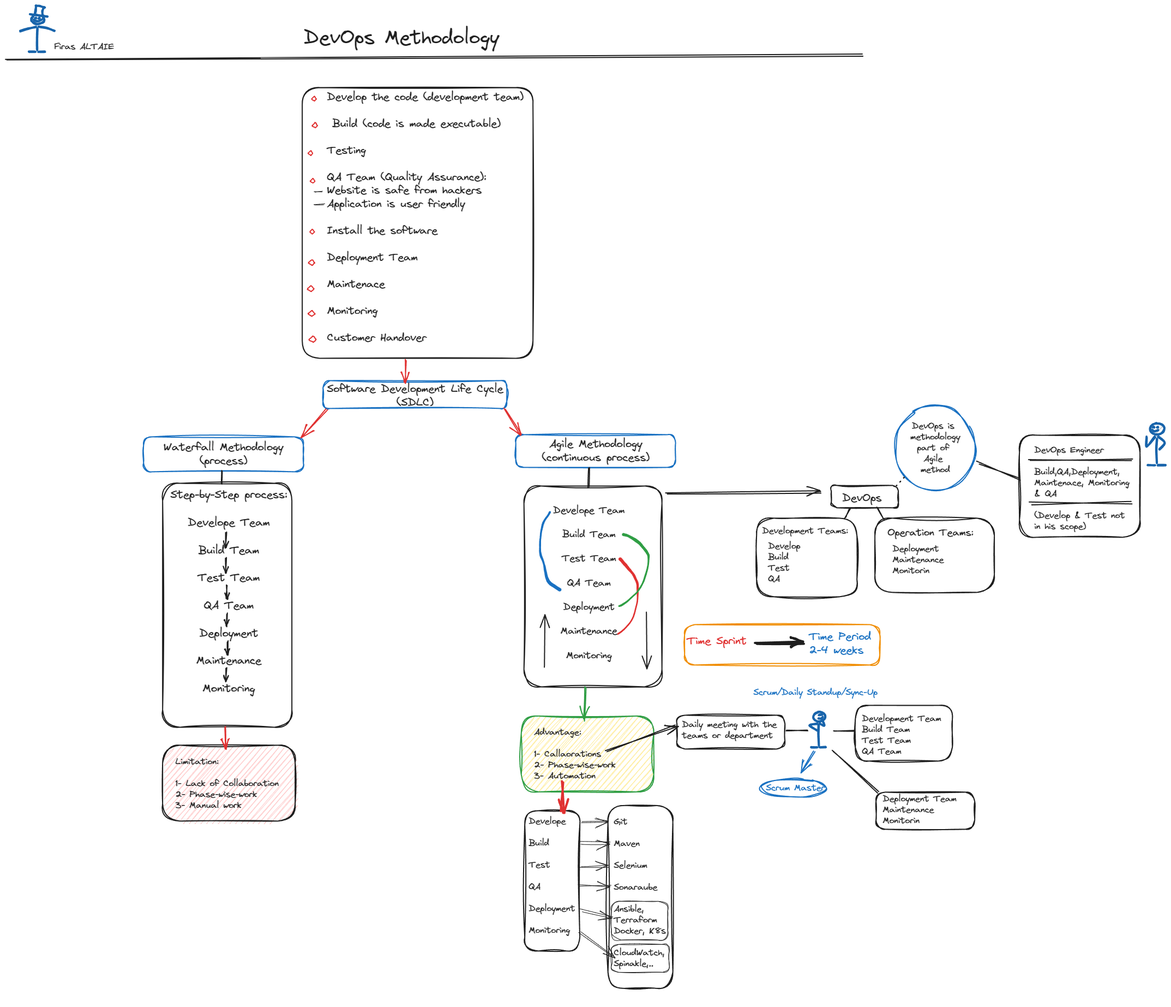
Earlier version of the Excalidraw export DevOps-Agile.png (firask/DevOps). Source tidied: one line per element, renumbered; positions are measured from the earlier drawing's top-left corner, leaving out a move shared by most shapes.
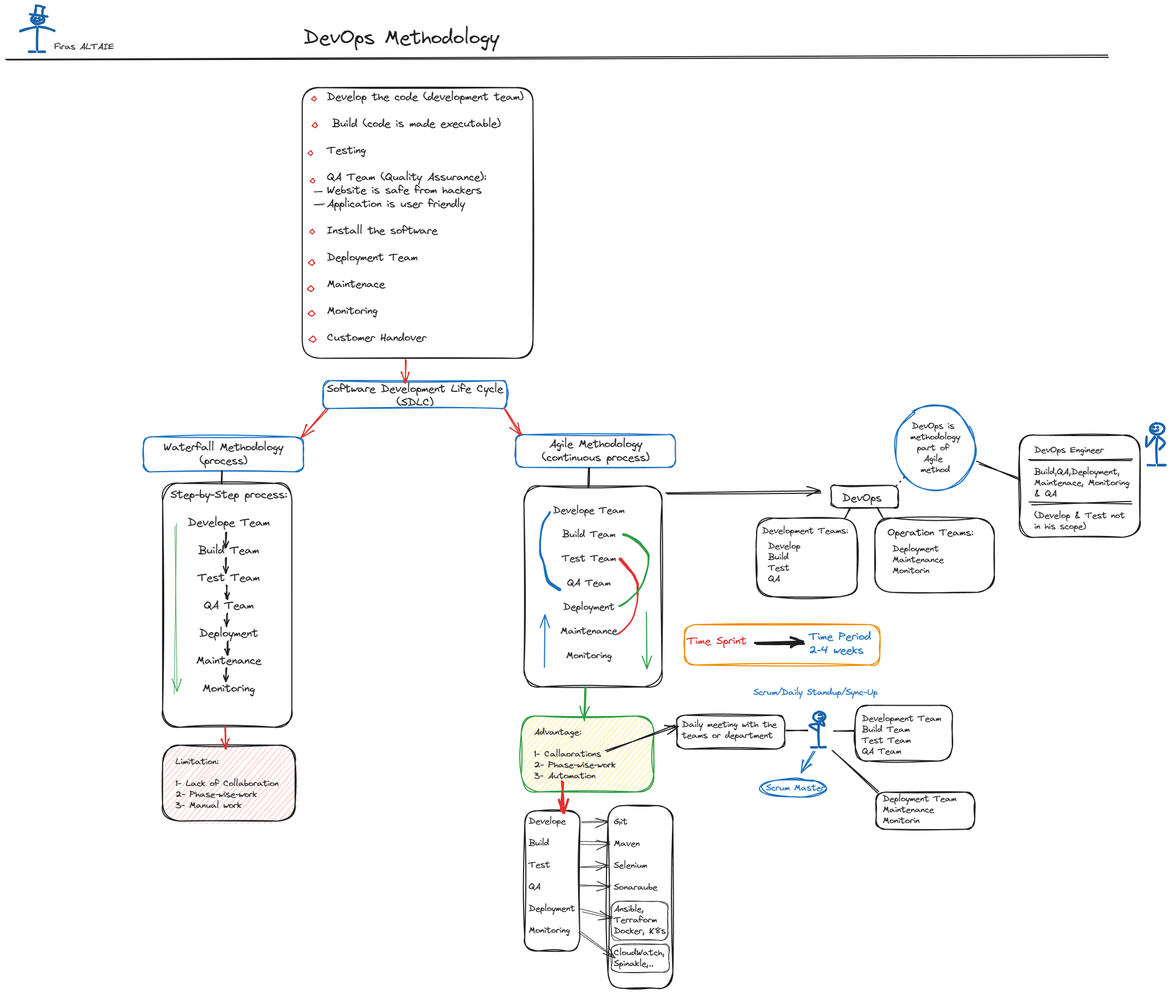
Later version of the same file.

The edit, as a diff of the source:
```diff
@@ -27,7 +27,7 @@
 {"id": 26, "type": "arrow", "strokeColor": "#1e1e1e", "strokeWidth": 2, "roughness": 2, "endArrowhead": "arrow", "round": true, "x": 407, "y": 1164, "width": 1, "height": 24, "points": [[0, 0], [-1, 24]]}
 {"id": 27, "type": "rectangle", "strokeColor": "#1e1e1e", "strokeWidth": 2, "roughness": 2, "round": true, "x": 950, "y": 880, "width": 253, "height": 368}
 {"id": 28, "type": "text", "text": "DevOps Methodology", "strokeColor": "#1e1e1e", "strokeWidth": 2, "roughness": 2, "fontSize": 36, "fontFamily": 1, "textAlign": "center", "x": 546, "y": 37, "width": 358, "height": 45}
-{"id": 29, "type": "line", "strokeColor": "#1e1e1e", "strokeWidth": 2, "roughness": 2, "round": true, "x": 0, "y": 97, "width": 1569, "height": 6, "points": [[0, 0], [1569, -6]]}
+{"id": 29, "type": "line", "strokeColor": "#1e1e1e", "strokeWidth": 2, "roughness": 2, "round": true, "x": 0, "y": 97, "width": 2019, "height": 4, "points": [[0, 0], [2019, -4]]}
 {"id": 30, "type": "line", "strokeColor": "#1864ab", "backgroundColor": "#ced4da", "fillStyle": "hachure", "strokeWidth": 4, "roughness": 1, "round": true, "x": 68, "y": 19, "width": 23, "height": 17, "points": [[0, 0], [2, 3], [2, 8], [-2, 12], [-6, 15], [-12, 14], [-17, 12], [-21, 9], [-21, 4], [-19, 0], [-16, -2], [0, 0]]}
 {"id": 31, "type": "line", "strokeColor": "#1864ab", "backgroundColor": "#ced4da", "fillStyle": "hachure", "strokeWidth": 4, "roughness": 1, "round": true, "x": 51, "y": 26, "width": 14, "height": 3, "points": [[0, 0], [7, 3], [14, 0]]}
 {"id": 32, "type": "line", "strokeColor": "#1864ab", "backgroundColor": "#ced4da", "fillStyle": "hachure", "strokeWidth": 4, "roughness": 1, "round": true, "x": 53, "y": 23, "width": 2, "height": 1, "points": [[0, 0], [1, -1], [2, 0]]}
@@ -81,8 +81,8 @@
 {"id": 80, "type": "freedraw", "strokeColor": "#1971c2", "strokeWidth": 1, "roughness": 0, "x": 997, "y": 928, "width": 36, "height": 142, "points": [[0, 0], [-1, 3], [-5, 9], [-10, 15], [-12, 20], [-14, 27], [-17, 41], [-17, 48], [-18, 54], [-18, 61], [-18, 69], [-18, 75], [-17, 79], [-15, 85], [-11, 94], [-10, 99], [-9, 102], [-9, 107], [-7, 112], [-7, 115], [-6, 119], [-5, 121], [-5, 123], [-4, 125], [-2, 128], [0, 130], [3, 133], [6, 134], [10, 137], [12, 138], [14, 140], [16, 141], [18, 142]]}
 {"id": 81, "type": "freedraw", "strokeColor": "#e03131", "strokeWidth": 1, "roughness": 0, "x": 1122, "y": 1151, "width": 36, "height": 137, "points": [[0, 0], [3, -2], [12, -9], [19, -17], [26, -26], [32, -41], [34, -53], [36, -61], [36, -69], [36, -75], [36, -81], [36, -86], [36, -93], [34, -97], [31, -103], [29, -108], [25, -113], [23, -116], [20, -118], [18, -121], [16, -123], [14, -126], [12, -128], [9, -132], [8, -133], [7, -135], [6, -136], [4, -137]]}
 {"id": 82, "type": "freedraw", "strokeColor": "#2f9e44", "strokeWidth": 1, "roughness": 0, "x": 1124, "y": 1100, "width": 54, "height": 131, "points": [[0, 0], [2, 0], [7, -3], [15, -8], [22, -15], [32, -24], [36, -29], [40, -35], [44, -43], [46, -48], [54, -77], [54, -83], [54, -88], [54, -92], [53, -96], [50, -100], [48, -103], [44, -108], [41, -111], [39, -114], [37, -116], [34, -118], [31, -120], [28, -122], [21, -126], [17, -128], [13, -130], [11, -130], [8, -131]]}
-{"id": 83, "type": "arrow", "strokeColor": "#1e1e1e", "strokeWidth": 2, "roughness": 0, "endArrowhead": "arrow", "round": true, "from": 76, "x": 987, "y": 1212, "width": 1, "height": 96, "points": [[0, 0], [1, -96]]}
+{"id": 83, "type": "arrow", "strokeColor": "#1971c2", "strokeWidth": 2, "roughness": 0, "endArrowhead": "arrow", "round": true, "from": 76, "x": 987, "y": 1212, "width": 1, "height": 96, "points": [[0, 0], [1, -96]]}
-{"id": 84, "type": "arrow", "strokeColor": "#1e1e1e", "strokeWidth": 2, "roughness": 0, "endArrowhead": "arrow", "round": true, "from": 27, "x": 1174, "y": 1111, "width": 1, "height": 104, "points": [[0, 0], [1, 104]]}
+{"id": 84, "type": "arrow", "strokeColor": "#2f9e44", "strokeWidth": 2, "roughness": 0, "endArrowhead": "arrow", "round": true, "from": 27, "x": 1174, "y": 1111, "width": 1, "height": 104, "points": [[0, 0], [1, 104]]}
 {"id": 85, "type": "rectangle", "strokeColor": "#1e1e1e", "strokeWidth": 2, "roughness": 2, "round": true, "x": 1104, "y": 1465, "width": 119, "height": 335}
 {"id": 86, "type": "rectangle", "strokeColor": "#1e1e1e", "strokeWidth": 1, "roughness": 2, "round": true, "x": 1110, "y": 1641, "width": 103, "height": 71}
 {"id": 87, "type": "rectangle", "strokeColor": "#1e1e1e", "strokeWidth": 1, "roughness": 2, "round": true, "x": 1110, "y": 1720, "width": 106, "height": 51}
@@ -127,3 +127,4 @@
 {"id": 126, "type": "line", "strokeColor": "#1e1e1e", "strokeWidth": 2, "roughness": 2, "round": true, "x": 1877, "y": 911, "width": 186, "height": 1, "points": [[0, 0], [186, 1]]}
 {"id": 127, "type": "line", "strokeColor": "#1e1e1e", "strokeWidth": 1, "roughness": 2, "round": true, "x": 566, "y": 342, "width": 13, "height": 2, "points": [[0, 0], [13, -2]]}
 {"id": 128, "type": "line", "strokeColor": "#1e1e1e", "strokeWidth": 1, "roughness": 2, "round": true, "x": 565, "y": 364, "width": 18, "height": 0, "points": [[0, 0], [18, 0]]}
+{"id": 129, "type": "arrow", "strokeColor": "#2f9e44", "strokeWidth": 1, "roughness": 2, "endArrowhead": "arrow", "round": true, "from": 21, "x": 311, "y": 951, "width": 1, "height": 310, "points": [[0, 0], [-1, 310]]}
```
